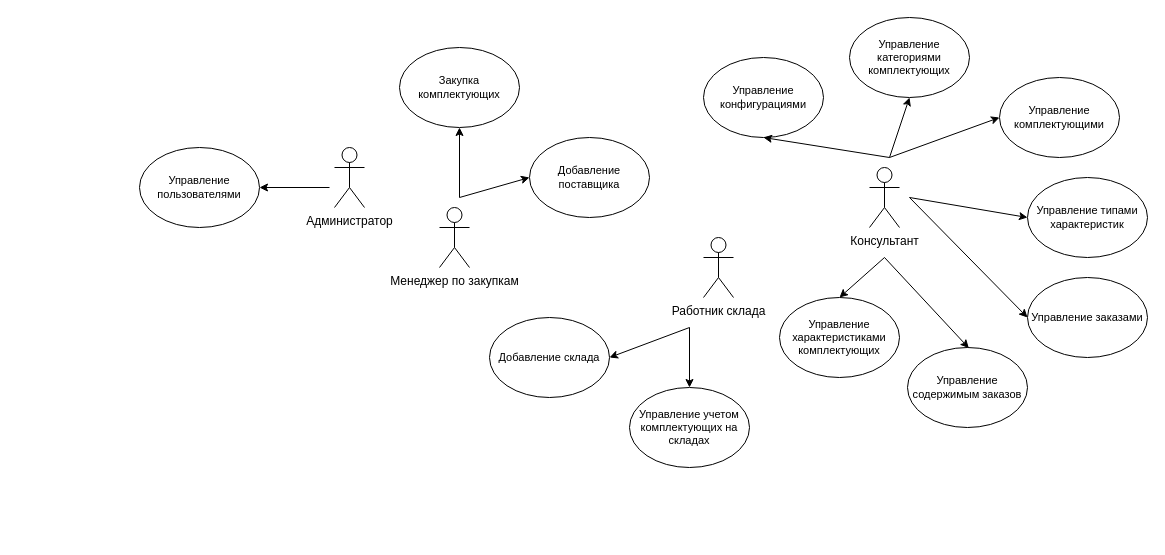
Earlier version of the draw.io diagram Отчет/Диаграммы/Диаграмма вариантов.drawio (f0rw4rd-dev/hse-hsms-wpf). Source tidied: cells renumbered, new cells numbered last; positions are measured from the earlier drawing's top-left corner, leaving out a move shared by most shapes. Both pictures are drawn from the tidied source at 100%, with x=0, y=0 at pixel (139, 17).
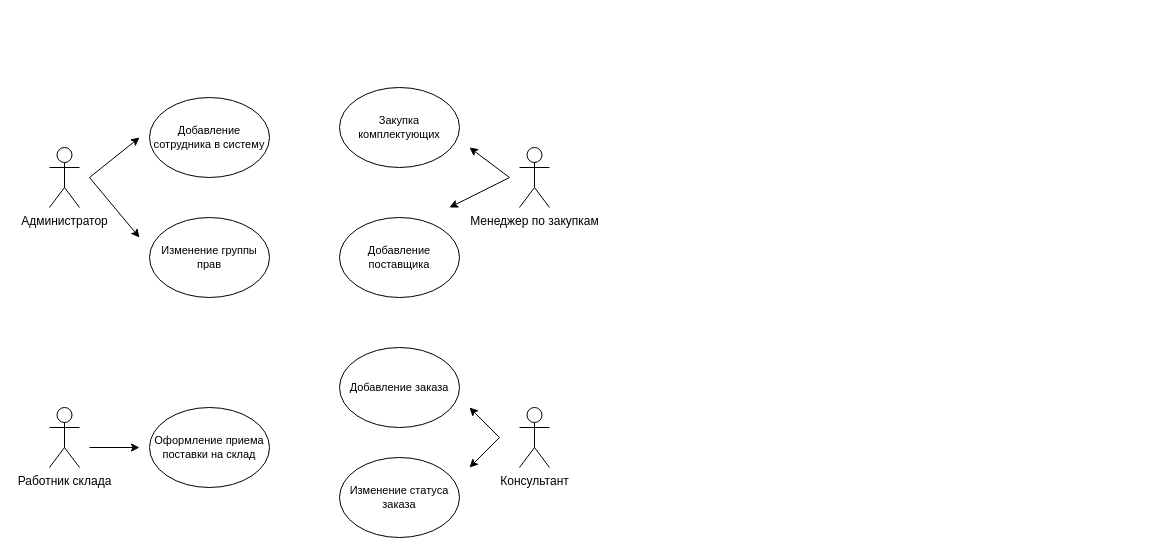
After the change.

Diff of the diagram source:
```diff
@@
     <mxCell id="2" value="Консультант" style="shape=umlActor;verticalLabelPosition=bottom;verticalAlign=top;html=1;" parent="1" vertex="1">
-      <mxGeometry x="730" y="150" width="30" height="60" as="geometry" />
+      <mxGeometry x="380" y="390" width="30" height="60" as="geometry" />
     </mxCell>
     <mxCell id="3" value="Работник склада" style="shape=umlActor;verticalLabelPosition=bottom;verticalAlign=top;html=1;" parent="1" vertex="1">
-      <mxGeometry x="564" y="220" width="30" height="60" as="geometry" />
+      <mxGeometry x="-90" y="390" width="30" height="60" as="geometry" />
     </mxCell>
     <mxCell id="4" value="Менеджер по закупкам" style="shape=umlActor;verticalLabelPosition=bottom;verticalAlign=top;html=1;" parent="1" vertex="1">
-      <mxGeometry x="300" y="190" width="30" height="60" as="geometry" />
+      <mxGeometry x="380" y="130" width="30" height="60" as="geometry" />
     </mxCell>
     <mxCell id="5" value="Администратор" style="shape=umlActor;verticalLabelPosition=bottom;verticalAlign=top;html=1;" parent="1" vertex="1">
-      <mxGeometry x="195" y="130" width="30" height="60" as="geometry" />
+      <mxGeometry x="-90" y="130" width="30" height="60" as="geometry" />
     </mxCell>
-    <mxCell id="6" value="&lt;font style=&quot;font-size: 11px;&quot;&gt;Управление пользователями&lt;/font&gt;" style="ellipse;whiteSpace=wrap;html=1;fontSize=7;" parent="1" vertex="1">
-      <mxGeometry y="130" width="120" height="80" as="geometry" />
+    <mxCell id="6" value="&lt;font style=&quot;font-size: 11px;&quot;&gt;Добавление сотрудника в систему&lt;/font&gt;" style="ellipse;whiteSpace=wrap;html=1;fontSize=7;" parent="1" vertex="1">
+      <mxGeometry x="10" y="80" width="120" height="80" as="geometry" />
     </mxCell>
     <mxCell id="7" value="&lt;font style=&quot;font-size: 11px;&quot;&gt;Закупка комплектующих&lt;/font&gt;" style="ellipse;whiteSpace=wrap;html=1;fontSize=7;" parent="1" vertex="1">
-      <mxGeometry x="260" y="30" width="120" height="80" as="geometry" />
+      <mxGeometry x="200" y="70" width="120" height="80" as="geometry" />
     </mxCell>
     <mxCell id="8" value="&lt;font style=&quot;font-size: 11px;&quot;&gt;Добавление поставщика&lt;/font&gt;" style="ellipse;whiteSpace=wrap;html=1;fontSize=7;" parent="1" vertex="1">
-      <mxGeometry x="390" y="120" width="120" height="80" as="geometry" />
+      <mxGeometry x="200" y="200" width="120" height="80" as="geometry" />
     </mxCell>
-    <mxCell id="9" value="&lt;font style=&quot;font-size: 11px;&quot;&gt;Управление категориями комплектующих&lt;/font&gt;" style="ellipse;whiteSpace=wrap;html=1;fontSize=7;" parent="1" vertex="1">
-      <mxGeometry x="710" width="120" height="80" as="geometry" />
-    </mxCell>
-    <mxCell id="10" value="&lt;font style=&quot;font-size: 11px;&quot;&gt;Управление комплектующими&lt;/font&gt;" style="ellipse;whiteSpace=wrap;html=1;fontSize=7;" parent="1" vertex="1">
-      <mxGeometry x="860" y="60" width="120" height="80" as="geometry" />
+    <mxCell id="10" value="&lt;font style=&quot;font-size: 11px;&quot;&gt;Добавление заказа&lt;/font&gt;" style="ellipse;whiteSpace=wrap;html=1;fontSize=7;" parent="1" vertex="1">
+      <mxGeometry x="200" y="330" width="120" height="80" as="geometry" />
     </mxCell>
-    <mxCell id="11" value="&lt;font style=&quot;font-size: 11px;&quot;&gt;Управление типами характеристик&lt;/font&gt;" style="ellipse;whiteSpace=wrap;html=1;fontSize=7;" parent="1" vertex="1">
-      <mxGeometry x="888" y="160" width="120" height="80" as="geometry" />
-    </mxCell>
-    <mxCell id="12" value="&lt;font style=&quot;font-size: 11px;&quot;&gt;Добавление склада&lt;/font&gt;" style="ellipse;whiteSpace=wrap;html=1;fontSize=7;" parent="1" vertex="1">
-      <mxGeometry x="350" y="300" width="120" height="80" as="geometry" />
-    </mxCell>
-    <mxCell id="13" value="&lt;font style=&quot;font-size: 11px;&quot;&gt;Управление учетом комплектующих на складах&lt;/font&gt;" style="ellipse;whiteSpace=wrap;html=1;fontSize=7;" parent="1" vertex="1">
-      <mxGeometry x="490" y="370" width="120" height="80" as="geometry" />
+    <mxCell id="13" value="&lt;span style=&quot;font-size: 11px;&quot;&gt;Оформление приема поставки на склад&lt;/span&gt;" style="ellipse;whiteSpace=wrap;html=1;fontSize=7;" parent="1" vertex="1">
+      <mxGeometry x="10" y="390" width="120" height="80" as="geometry" />
     </mxCell>
-    <mxCell id="14" value="&lt;font style=&quot;font-size: 11px;&quot;&gt;Управление конфигурациями&lt;/font&gt;" style="ellipse;whiteSpace=wrap;html=1;fontSize=7;" parent="1" vertex="1">
-      <mxGeometry x="564" y="40" width="120" height="80" as="geometry" />
-    </mxCell>
-    <mxCell id="15" value="&lt;font style=&quot;font-size: 11px;&quot;&gt;Управление содержимым заказов&lt;/font&gt;" style="ellipse;whiteSpace=wrap;html=1;fontSize=7;" parent="1" vertex="1">
-      <mxGeometry x="768" y="330" width="120" height="80" as="geometry" />
-    </mxCell>
-    <mxCell id="16" value="&lt;font style=&quot;font-size: 11px;&quot;&gt;Управление заказами&lt;/font&gt;" style="ellipse;whiteSpace=wrap;html=1;fontSize=7;" parent="1" vertex="1">
-      <mxGeometry x="888" y="260" width="120" height="80" as="geometry" />
+    <mxCell id="16" value="&lt;font style=&quot;font-size: 11px;&quot;&gt;Изменение статуса заказа&lt;/font&gt;" style="ellipse;whiteSpace=wrap;html=1;fontSize=7;" parent="1" vertex="1">
+      <mxGeometry x="200" y="440" width="120" height="80" as="geometry" />
     </mxCell>
-    <mxCell id="17" value="&lt;font style=&quot;font-size: 11px;&quot;&gt;Управление характеристиками комплектующих&lt;/font&gt;" style="ellipse;whiteSpace=wrap;html=1;fontSize=7;" parent="1" vertex="1">
-      <mxGeometry x="640" y="280" width="120" height="80" as="geometry" />
-    </mxCell>
-    <mxCell id="18" style="endArrow=classic;html=1;rounded=0;entryX=1;entryY=0.5;entryDx=0;entryDy=0;" parent="1" edge="1" target="6">
-      <mxGeometry relative="1" as="geometry">
-        <mxPoint x="190" y="170" as="sourcePoint" />
-      </mxGeometry>
-    </mxCell>
-    <mxCell id="19" style="endArrow=classic;html=1;rounded=0;entryX=0.5;entryY=1;entryDx=0;entryDy=0;" parent="1" edge="1" target="7">
-      <mxGeometry relative="1" as="geometry">
-        <mxPoint x="320" y="180" as="sourcePoint" />
-      </mxGeometry>
-    </mxCell>
-    <mxCell id="20" style="endArrow=classic;html=1;rounded=0;entryX=0;entryY=0.5;entryDx=0;entryDy=0;" parent="1" edge="1" target="8">
-      <mxGeometry relative="1" as="geometry">
-        <mxPoint x="320" y="180" as="sourcePoint" />
-      </mxGeometry>
-    </mxCell>
-    <mxCell id="21" style="endArrow=classic;html=1;rounded=0;entryX=0.5;entryY=0;entryDx=0;entryDy=0;" parent="1" edge="1" target="13">
-      <mxGeometry relative="1" as="geometry">
-        <mxPoint x="550" y="310" as="sourcePoint" />
-      </mxGeometry>
-    </mxCell>
-    <mxCell id="22" style="endArrow=classic;html=1;rounded=0;entryX=1;entryY=0.5;entryDx=0;entryDy=0;" parent="1" edge="1" target="12">
-      <mxGeometry relative="1" as="geometry">
-        <mxPoint x="550" y="310" as="sourcePoint" />
-      </mxGeometry>
-    </mxCell>
-    <mxCell id="23" style="endArrow=classic;html=1;rounded=0;entryX=0.5;entryY=1;entryDx=0;entryDy=0;" parent="1" edge="1" target="9">
-      <mxGeometry relative="1" as="geometry">
-        <mxPoint x="750" y="140" as="sourcePoint" />
-      </mxGeometry>
-    </mxCell>
-    <mxCell id="24" style="endArrow=classic;html=1;rounded=0;entryX=0.5;entryY=1;entryDx=0;entryDy=0;" parent="1" edge="1" target="14">
-      <mxGeometry relative="1" as="geometry">
-        <mxPoint x="750" y="140" as="sourcePoint" />
-      </mxGeometry>
-    </mxCell>
-    <mxCell id="25" style="endArrow=classic;html=1;rounded=0;entryX=0;entryY=0.5;entryDx=0;entryDy=0;" parent="1" edge="1" target="11">
-      <mxGeometry relative="1" as="geometry">
-        <mxPoint x="770" y="180" as="sourcePoint" />
-      </mxGeometry>
-    </mxCell>
-    <mxCell id="26" style="endArrow=classic;html=1;rounded=0;entryX=0;entryY=0.5;entryDx=0;entryDy=0;" parent="1" edge="1" target="10">
-      <mxGeometry relative="1" as="geometry">
-        <mxPoint x="750" y="140" as="sourcePoint" />
-      </mxGeometry>
-    </mxCell>
-    <mxCell id="27" style="endArrow=classic;html=1;rounded=0;entryX=0;entryY=0.5;entryDx=0;entryDy=0;" parent="1" edge="1" target="16">
-      <mxGeometry relative="1" as="geometry">
-        <mxPoint x="770" y="180" as="sourcePoint" />
-      </mxGeometry>
-    </mxCell>
-    <mxCell id="28" style="endArrow=classic;html=1;rounded=0;entryX=0.5;entryY=0;entryDx=0;entryDy=0;" parent="1" edge="1" target="17">
-      <mxGeometry relative="1" as="geometry">
-        <mxPoint x="745" y="240" as="sourcePoint" />
-      </mxGeometry>
-    </mxCell>
-    <mxCell id="29" style="endArrow=classic;html=1;rounded=0;entryX=0.511;entryY=0.007;entryDx=0;entryDy=0;entryPerimeter=0;" parent="1" edge="1" target="15">
-      <mxGeometry relative="1" as="geometry">
-        <mxPoint x="745" y="240" as="sourcePoint" />
-      </mxGeometry>
-    </mxCell>
+    <mxCell id="30" value="&lt;font style=&quot;font-size: 11px;&quot;&gt;Изменение группы прав&lt;/font&gt;" style="ellipse;whiteSpace=wrap;html=1;fontSize=7;" parent="1" vertex="1">
+      <mxGeometry x="10" y="200" width="120" height="80" as="geometry" />
+    </mxCell>
+    <mxCell id="31" style="endArrow=classic;html=1;rounded=0;" parent="1" edge="1">
+      <mxGeometry relative="1" as="geometry">
+        <mxPoint x="-50" y="430" as="sourcePoint" />
+        <mxPoint y="430" as="targetPoint" />
+      </mxGeometry>
+    </mxCell>
+    <mxCell id="32" style="endArrow=classic;html=1;rounded=0;" parent="1" edge="1">
+      <mxGeometry relative="1" as="geometry">
+        <mxPoint x="-50" y="160" as="sourcePoint" />
+        <mxPoint y="120" as="targetPoint" />
+      </mxGeometry>
+    </mxCell>
+    <mxCell id="33" style="endArrow=classic;html=1;rounded=0;" parent="1" edge="1">
+      <mxGeometry relative="1" as="geometry">
+        <mxPoint x="-50" y="160" as="sourcePoint" />
+        <mxPoint y="220" as="targetPoint" />
+      </mxGeometry>
+    </mxCell>
+    <mxCell id="34" style="endArrow=classic;html=1;rounded=0;" parent="1" edge="1">
+      <mxGeometry relative="1" as="geometry">
+        <mxPoint x="370" y="160" as="sourcePoint" />
+        <mxPoint x="330" y="130" as="targetPoint" />
+      </mxGeometry>
+    </mxCell>
+    <mxCell id="35" style="endArrow=classic;html=1;rounded=0;" parent="1" edge="1">
+      <mxGeometry relative="1" as="geometry">
+        <mxPoint x="370" y="160" as="sourcePoint" />
+        <mxPoint x="310" y="190" as="targetPoint" />
+      </mxGeometry>
+    </mxCell>
+    <mxCell id="36" style="endArrow=classic;html=1;rounded=0;" parent="1" edge="1">
+      <mxGeometry relative="1" as="geometry">
+        <mxPoint x="360" y="420" as="sourcePoint" />
+        <mxPoint x="330" y="390" as="targetPoint" />
+      </mxGeometry>
+    </mxCell>
+    <mxCell id="37" style="endArrow=classic;html=1;rounded=0;" parent="1" edge="1">
+      <mxGeometry relative="1" as="geometry">
+        <mxPoint x="360" y="420" as="sourcePoint" />
+        <mxPoint x="330" y="450" as="targetPoint" />
+      </mxGeometry>
+    </mxCell>
```
